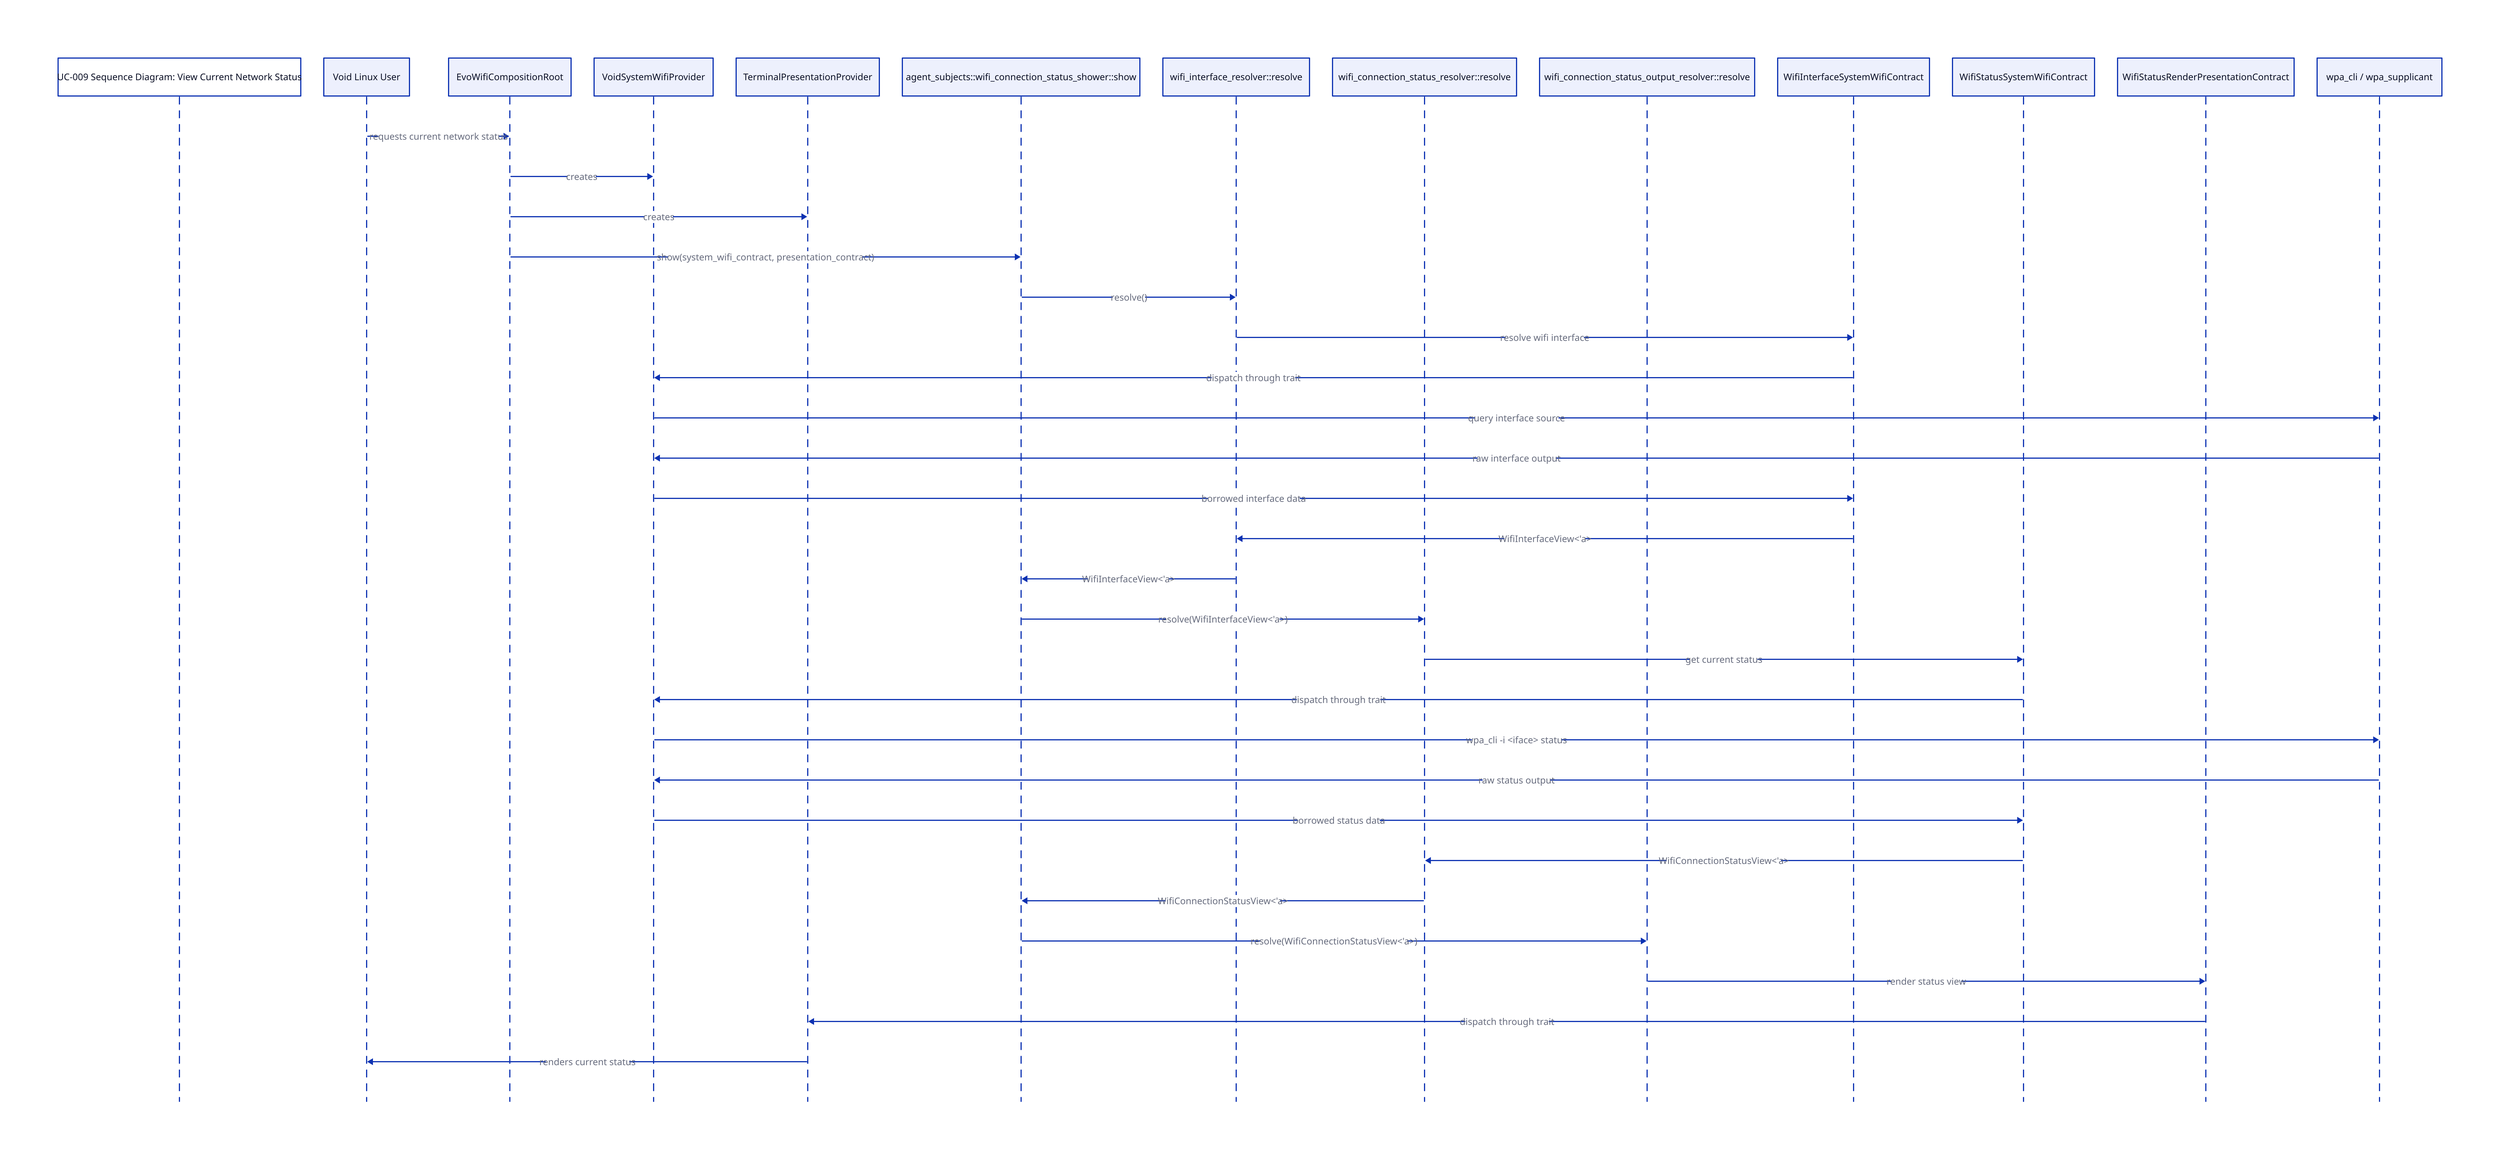
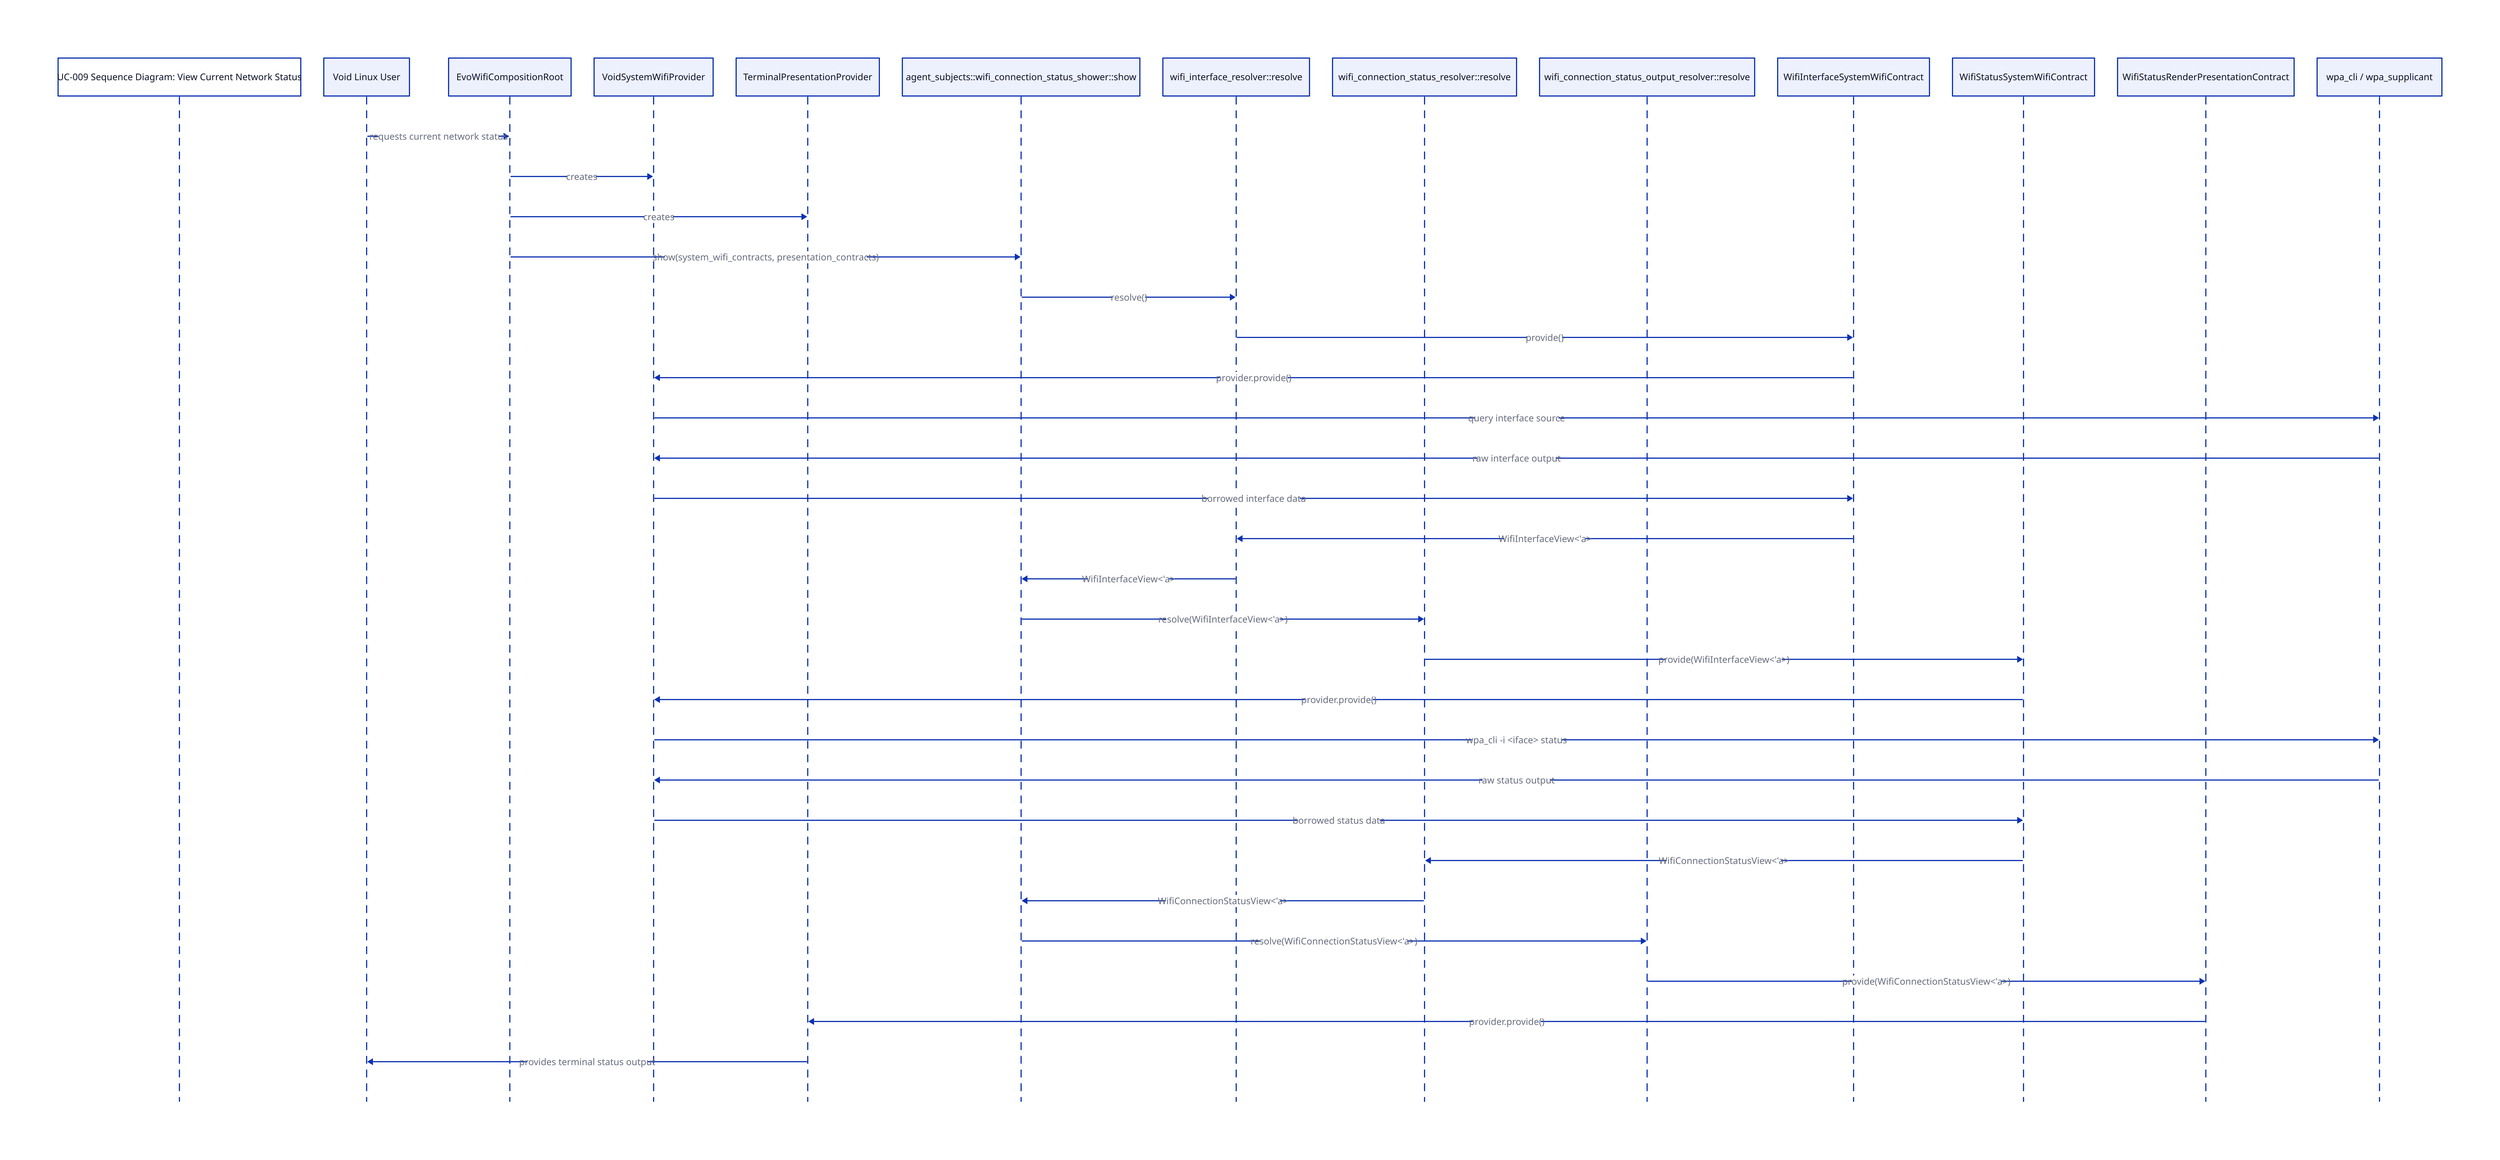
title: "UC-009 Sequence Diagram: View Current Network Status"
shape: sequence_diagram

user: "Void Linux User"
composition_root: "EvoWifiCompositionRoot"
system_provider: "VoidSystemWifiProvider"
presentation_provider: "TerminalPresentationProvider"
agent_subject: "agent_subjects::wifi_connection_status_shower::show"
interface_resolver: "wifi_interface_resolver::resolve"
status_resolver: "wifi_connection_status_resolver::resolve"
output_resolver: "wifi_connection_status_output_resolver::resolve"
interface_contract: "WifiInterfaceSystemWifiContract"
status_contract: "WifiStatusSystemWifiContract"
render_contract: "WifiStatusRenderPresentationContract"
external_wifi: "wpa_cli / wpa_supplicant"

user -> composition_root: "requests current network status"

composition_root -> system_provider: "creates"
composition_root -> presentation_provider: "creates"
- composition_root -> agent_subject: "show(system_wifi_contract, presentation_contract)"
+ composition_root -> agent_subject: "show(system_wifi_contracts, presentation_contracts)"

agent_subject -> interface_resolver: "resolve()"
- interface_resolver -> interface_contract: "resolve wifi interface"
- interface_contract -> system_provider: "dispatch through trait"
+ interface_resolver -> interface_contract: "provide()"
+ interface_contract -> system_provider: "provider.provide()"
system_provider -> external_wifi: "query interface source"
external_wifi -> system_provider: "raw interface output"
system_provider -> interface_contract: "borrowed interface data"
interface_contract -> interface_resolver: "WifiInterfaceView<'a>"
interface_resolver -> agent_subject: "WifiInterfaceView<'a>"

agent_subject -> status_resolver: "resolve(WifiInterfaceView<'a>)"
- status_resolver -> status_contract: "get current status"
- status_contract -> system_provider: "dispatch through trait"
+ status_resolver -> status_contract: "provide(WifiInterfaceView<'a>)"
+ status_contract -> system_provider: "provider.provide()"
system_provider -> external_wifi: "wpa_cli -i <iface> status"
external_wifi -> system_provider: "raw status output"
system_provider -> status_contract: "borrowed status data"
status_contract -> status_resolver: "WifiConnectionStatusView<'a>"
status_resolver -> agent_subject: "WifiConnectionStatusView<'a>"

agent_subject -> output_resolver: "resolve(WifiConnectionStatusView<'a>)"
- output_resolver -> render_contract: "render status view"
- render_contract -> presentation_provider: "dispatch through trait"
- presentation_provider -> user: "renders current status"
+ output_resolver -> render_contract: "provide(WifiConnectionStatusView<'a>)"
+ render_contract -> presentation_provider: "provider.provide()"
+ presentation_provider -> user: "provides terminal status output"
